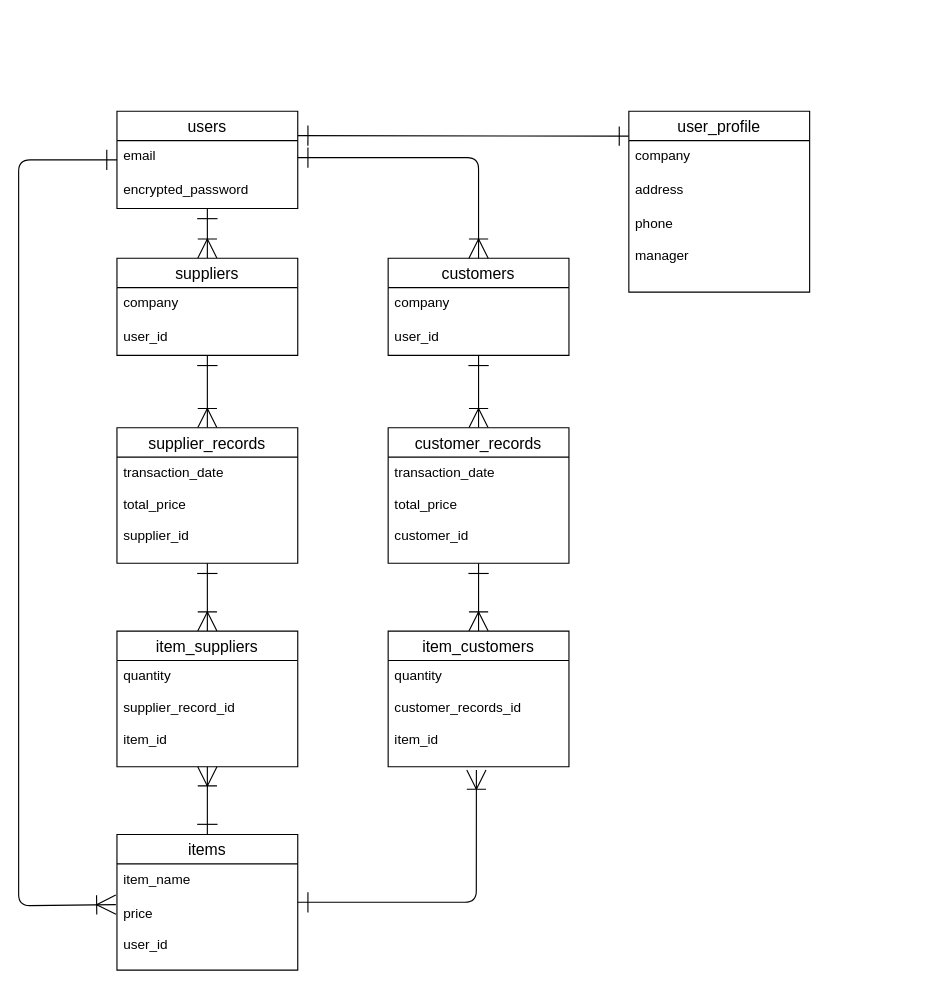
Before: er.dio in Shinji-ux/original_app_41418, a draw.io diagram. Source tidied: cells renumbered, new cells numbered last; positions are measured from the earlier drawing's top-left corner, leaving out a move shared by most shapes. Both pictures are drawn from the tidied source at 113%, with x=0, y=0 at pixel (18, 111).
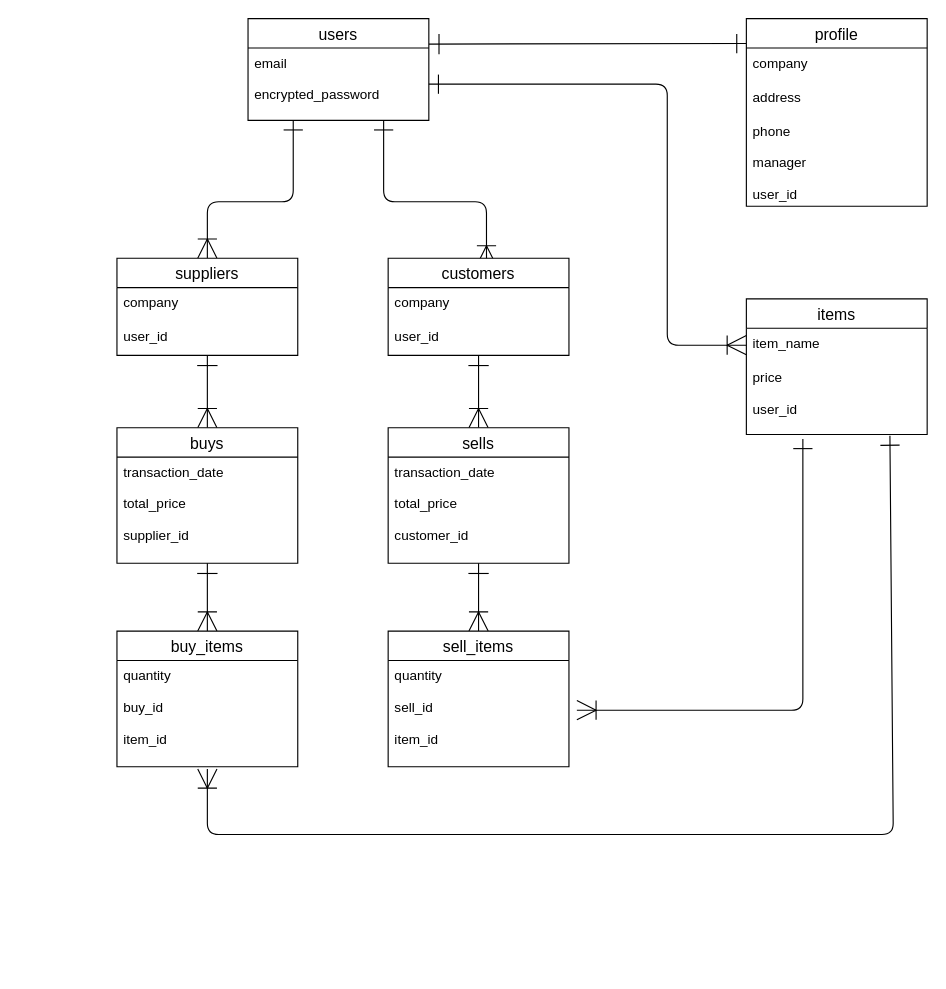
After the change.

The change refers to these unchanged cells:
```xml
<mxCell id="9" value="company&#10;&#10;" style="text;strokeColor=none;fillColor=none;spacingLeft=4;spacingRight=4;overflow=hidden;points=[[0,0.5],[1,0.5]];portConstraint=eastwest;fontSize=12;" parent="8" vertex="1">
  <mxGeometry y="26" width="160" height="30" as="geometry" />
</mxCell>
<mxCell id="13" value="suppliers" style="swimlane;fontStyle=0;horizontal=1;startSize=26;align=center;fontSize=14;" parent="1" vertex="1">
  <mxGeometry x="87" y="130" width="160" height="86" as="geometry" />
</mxCell>
<mxCell id="17" value="customers" style="swimlane;fontStyle=0;horizontal=1;startSize=26;align=center;fontSize=14;" parent="1" vertex="1">
  <mxGeometry x="327" y="130" width="160" height="86" as="geometry" />
</mxCell>
<mxCell id="33" value="item_name" style="text;strokeColor=none;fillColor=none;spacingLeft=4;spacingRight=4;overflow=hidden;points=[[0,0.5],[1,0.5]];portConstraint=eastwest;fontSize=12;" parent="32" vertex="1">
  <mxGeometry y="26" width="160" height="30" as="geometry" />
</mxCell>
<mxCell id="34" value="price&#10;&#10;user_id" style="text;strokeColor=none;fillColor=none;spacingLeft=4;spacingRight=4;overflow=hidden;points=[[0,0.5],[1,0.5]];portConstraint=eastwest;fontSize=12;" parent="32" vertex="1">
  <mxGeometry y="56" width="160" height="64" as="geometry" />
</mxCell>
```

Diff of the diagram source:
```diff
@@
+    <mxCell id="4" style="edgeStyle=none;html=1;exitX=1;exitY=0.25;exitDx=0;exitDy=0;entryX=0;entryY=-0.133;entryDx=0;entryDy=0;entryPerimeter=0;startArrow=ERone;startFill=0;endArrow=ERone;endFill=0;startSize=16;endSize=15;" parent="1" edge="1" source="5" target="9">
+      <mxGeometry relative="1" as="geometry" />
+    </mxCell>
-    <mxCell id="2" style="edgeStyle=none;html=1;exitX=0.5;exitY=1;exitDx=0;exitDy=0;entryX=0.5;entryY=0;entryDx=0;entryDy=0;startArrow=ERone;startFill=0;endArrow=ERoneToMany;endFill=0;startSize=16;endSize=15;" parent="1" edge="1" source="5" target="13">
-      <mxGeometry relative="1" as="geometry" />
+    <mxCell id="2" style="edgeStyle=none;html=1;exitX=0.25;exitY=1;exitDx=0;exitDy=0;entryX=0.5;entryY=0;entryDx=0;entryDy=0;startArrow=ERone;startFill=0;endArrow=ERoneToMany;endFill=0;sourcePerimeterSpacing=0;endSize=15;startSize=15;" parent="1" edge="1" source="5" target="13">
+      <mxGeometry relative="1" as="geometry">
+        <Array as="points">
+          <mxPoint x="243" y="80" />
+          <mxPoint x="167" y="80" />
+        </Array>
+      </mxGeometry>
     </mxCell>
-    <mxCell id="3" style="edgeStyle=none;html=1;exitX=0;exitY=0.5;exitDx=0;exitDy=0;entryX=-0.006;entryY=0.094;entryDx=0;entryDy=0;entryPerimeter=0;startArrow=ERone;startFill=0;endArrow=ERoneToMany;endFill=0;startSize=16;endSize=15;" parent="1" edge="1" source="5" target="34">
-      <mxGeometry relative="1" as="geometry">
-        <Array as="points">
-          <mxPoint y="43" />
-          <mxPoint y="703" />
-        </Array>
-      </mxGeometry>
-    </mxCell>
-    <mxCell id="4" style="edgeStyle=none;html=1;exitX=1;exitY=0.25;exitDx=0;exitDy=0;entryX=0;entryY=-0.133;entryDx=0;entryDy=0;entryPerimeter=0;startArrow=ERone;startFill=0;endArrow=ERone;endFill=0;startSize=16;endSize=15;" parent="1" edge="1" source="5" target="9">
-      <mxGeometry relative="1" as="geometry" />
-    </mxCell>
+    <mxCell id="36" style="edgeStyle=none;html=1;exitX=0.75;exitY=1;exitDx=0;exitDy=0;entryX=0.544;entryY=0.07;entryDx=0;entryDy=0;entryPerimeter=0;startArrow=ERone;startFill=0;endArrow=ERoneToMany;endFill=0;startSize=15;endSize=15;sourcePerimeterSpacing=0;" parent="1" edge="1" source="5" target="17">
+      <mxGeometry relative="1" as="geometry">
+        <Array as="points">
+          <mxPoint x="323" y="80" />
+          <mxPoint x="414" y="80" />
+        </Array>
+      </mxGeometry>
+    </mxCell>
     <mxCell id="5" value="users" style="swimlane;fontStyle=0;horizontal=1;startSize=26;align=center;fontSize=14;" parent="1" vertex="1">
-      <mxGeometry x="87" width="160" height="86" as="geometry" />
+      <mxGeometry x="203" y="-82" width="160" height="90" as="geometry" />
     </mxCell>
-    <mxCell id="6" value="email" style="text;strokeColor=none;fillColor=none;spacingLeft=4;spacingRight=4;overflow=hidden;points=[[0,0.5],[1,0.5]];portConstraint=eastwest;fontSize=12;" parent="5" vertex="1">
-      <mxGeometry y="26" width="160" height="30" as="geometry" />
+    <mxCell id="6" value="email&#10;&#10;encrypted_password" style="text;strokeColor=none;fillColor=none;spacingLeft=4;spacingRight=4;overflow=hidden;points=[[0,0.5],[1,0.5]];portConstraint=eastwest;fontSize=12;" parent="5" vertex="1">
+      <mxGeometry y="26" width="160" height="64" as="geometry" />
     </mxCell>
-    <mxCell id="7" value="encrypted_password" style="text;strokeColor=none;fillColor=none;spacingLeft=4;spacingRight=4;overflow=hidden;fontSize=12;" parent="5" vertex="1">
-      <mxGeometry y="56" width="160" height="30" as="geometry" />
-    </mxCell>
-    <mxCell id="8" value="user_profile" style="swimlane;fontStyle=0;horizontal=1;startSize=26;align=center;fontSize=14;" parent="1" vertex="1">
-      <mxGeometry x="540" width="160" height="160" as="geometry" />
+    <mxCell id="8" value="profile" style="swimlane;fontStyle=0;horizontal=1;startSize=26;align=center;fontSize=14;" parent="1" vertex="1">
+      <mxGeometry x="644" y="-82" width="160" height="166" as="geometry" />
     </mxCell>
@@
-    <mxCell id="11" value="phone&#10;&#10;manager" style="text;strokeColor=none;fillColor=none;spacingLeft=4;spacingRight=4;overflow=hidden;fontSize=12;" parent="8" vertex="1">
-      <mxGeometry y="86" width="160" height="74" as="geometry" />
+    <mxCell id="11" value="phone&#10;&#10;manager&#10;&#10;user_id" style="text;strokeColor=none;fillColor=none;spacingLeft=4;spacingRight=4;overflow=hidden;fontSize=12;" parent="8" vertex="1">
+      <mxGeometry y="86" width="160" height="80" as="geometry" />
     </mxCell>
@@
-    <mxCell id="21" value="supplier_records" style="swimlane;fontStyle=0;horizontal=1;startSize=26;align=center;fontSize=14;" parent="1" vertex="1">
+    <mxCell id="21" value="buys" style="swimlane;fontStyle=0;horizontal=1;startSize=26;align=center;fontSize=14;" parent="1" vertex="1">
       <mxGeometry x="87" y="280" width="160" height="120" as="geometry" />
     </mxCell>
@@
-    <mxCell id="24" value="customer_records" style="swimlane;fontStyle=0;horizontal=1;startSize=26;align=center;fontSize=14;" parent="1" vertex="1">
+    <mxCell id="24" value="sells" style="swimlane;fontStyle=0;horizontal=1;startSize=26;align=center;fontSize=14;" parent="1" vertex="1">
       <mxGeometry x="327" y="280" width="160" height="120" as="geometry" />
     </mxCell>
@@
-    <mxCell id="26" style="edgeStyle=none;html=1;exitX=0.5;exitY=0;exitDx=0;exitDy=0;startArrow=ERone;startFill=0;endArrow=ERoneToMany;endFill=0;startSize=16;endSize=15;" parent="1" edge="1">
-      <mxGeometry relative="1" as="geometry">
-        <mxPoint x="167" y="640" as="sourcePoint" />
-        <mxPoint x="167" y="580" as="targetPoint" />
-      </mxGeometry>
-    </mxCell>
-    <mxCell id="27" value="item_suppliers" style="swimlane;fontStyle=0;horizontal=1;startSize=26;align=center;fontSize=14;" parent="1" vertex="1">
+    <mxCell id="27" value="buy_items" style="swimlane;fontStyle=0;horizontal=1;startSize=26;align=center;fontSize=14;" parent="1" vertex="1">
       <mxGeometry x="87" y="460" width="160" height="120" as="geometry" />
     </mxCell>
-    <mxCell id="28" value="quantity&#10;&#10;supplier_record_id&#10;&#10;item_id" style="text;strokeColor=none;fillColor=none;spacingLeft=4;spacingRight=4;overflow=hidden;points=[[0,0.5],[1,0.5]];portConstraint=eastwest;fontSize=12;" parent="27" vertex="1">
+    <mxCell id="28" value="quantity&#10;&#10;buy_id&#10;&#10;item_id" style="text;strokeColor=none;fillColor=none;spacingLeft=4;spacingRight=4;overflow=hidden;points=[[0,0.5],[1,0.5]];portConstraint=eastwest;fontSize=12;" parent="27" vertex="1">
       <mxGeometry y="26" width="160" height="94" as="geometry" />
     </mxCell>
-    <mxCell id="29" value="item_customers" style="swimlane;fontStyle=0;horizontal=1;startSize=26;align=center;fontSize=14;" parent="1" vertex="1">
+    <mxCell id="29" value="sell_items" style="swimlane;fontStyle=0;horizontal=1;startSize=26;align=center;fontSize=14;" parent="1" vertex="1">
       <mxGeometry x="327" y="460" width="160" height="120" as="geometry" />
     </mxCell>
-    <mxCell id="30" value="quantity&#10;&#10;customer_records_id&#10;&#10;item_id" style="text;strokeColor=none;fillColor=none;spacingLeft=4;spacingRight=4;overflow=hidden;points=[[0,0.5],[1,0.5]];portConstraint=eastwest;fontSize=12;" parent="29" vertex="1">
+    <mxCell id="30" value="quantity&#10;&#10;sell_id&#10;&#10;item_id" style="text;strokeColor=none;fillColor=none;spacingLeft=4;spacingRight=4;overflow=hidden;points=[[0,0.5],[1,0.5]];portConstraint=eastwest;fontSize=12;" parent="29" vertex="1">
       <mxGeometry y="26" width="160" height="94" as="geometry" />
     </mxCell>
-    <mxCell id="31" style="edgeStyle=none;html=1;exitX=1;exitY=0.5;exitDx=0;exitDy=0;entryX=0.488;entryY=1.031;entryDx=0;entryDy=0;entryPerimeter=0;startArrow=ERone;startFill=0;endArrow=ERoneToMany;endFill=0;startSize=16;endSize=15;" parent="1" edge="1" source="32" target="30">
-      <mxGeometry relative="1" as="geometry">
-        <Array as="points">
-          <mxPoint x="405" y="700" />
-        </Array>
-      </mxGeometry>
-    </mxCell>
     <mxCell id="32" value="items" style="swimlane;fontStyle=0;horizontal=1;startSize=26;align=center;fontSize=14;" parent="1" vertex="1">
-      <mxGeometry x="87" y="640" width="160" height="120" as="geometry" />
+      <mxGeometry x="644" y="166" width="160" height="120" as="geometry" />
     </mxCell>
@@
-    <mxCell id="35" style="edgeStyle=none;html=1;exitX=1;exitY=0.5;exitDx=0;exitDy=0;entryX=0.5;entryY=0;entryDx=0;entryDy=0;startArrow=ERone;startFill=0;endArrow=ERoneToMany;endFill=0;startSize=16;endSize=15;" parent="1" edge="1" source="6" target="17">
-      <mxGeometry relative="1" as="geometry">
-        <Array as="points">
-          <mxPoint x="407" y="41" />
-        </Array>
-      </mxGeometry>
-    </mxCell>
+    <mxCell id="37" style="edgeStyle=none;html=1;exitX=1;exitY=0.5;exitDx=0;exitDy=0;entryX=0;entryY=0.5;entryDx=0;entryDy=0;startArrow=ERone;startFill=0;endArrow=ERoneToMany;endFill=0;startSize=15;endSize=15;sourcePerimeterSpacing=0;" parent="1" edge="1" source="6" target="33">
+      <mxGeometry relative="1" as="geometry">
+        <Array as="points">
+          <mxPoint x="574" y="-24" />
+          <mxPoint x="574" y="207" />
+        </Array>
+      </mxGeometry>
+    </mxCell>
+    <mxCell id="38" style="edgeStyle=none;html=1;exitX=0.794;exitY=1.016;exitDx=0;exitDy=0;entryX=0.5;entryY=1.021;entryDx=0;entryDy=0;startArrow=ERone;startFill=0;endArrow=ERoneToMany;endFill=0;startSize=15;endSize=15;sourcePerimeterSpacing=0;exitPerimeter=0;entryPerimeter=0;" parent="1" edge="1" source="34" target="28">
+      <mxGeometry relative="1" as="geometry">
+        <Array as="points">
+          <mxPoint x="774" y="640" />
+          <mxPoint x="167" y="640" />
+        </Array>
+      </mxGeometry>
+    </mxCell>
+    <mxCell id="39" style="edgeStyle=none;html=1;startArrow=ERone;startFill=0;endArrow=ERoneToMany;endFill=0;startSize=15;endSize=15;sourcePerimeterSpacing=0;" parent="1" edge="1">
+      <mxGeometry relative="1" as="geometry">
+        <mxPoint x="694" y="290" as="sourcePoint" />
+        <mxPoint x="494" y="530" as="targetPoint" />
+        <Array as="points">
+          <mxPoint x="694" y="530" />
+        </Array>
+      </mxGeometry>
+    </mxCell>
```
